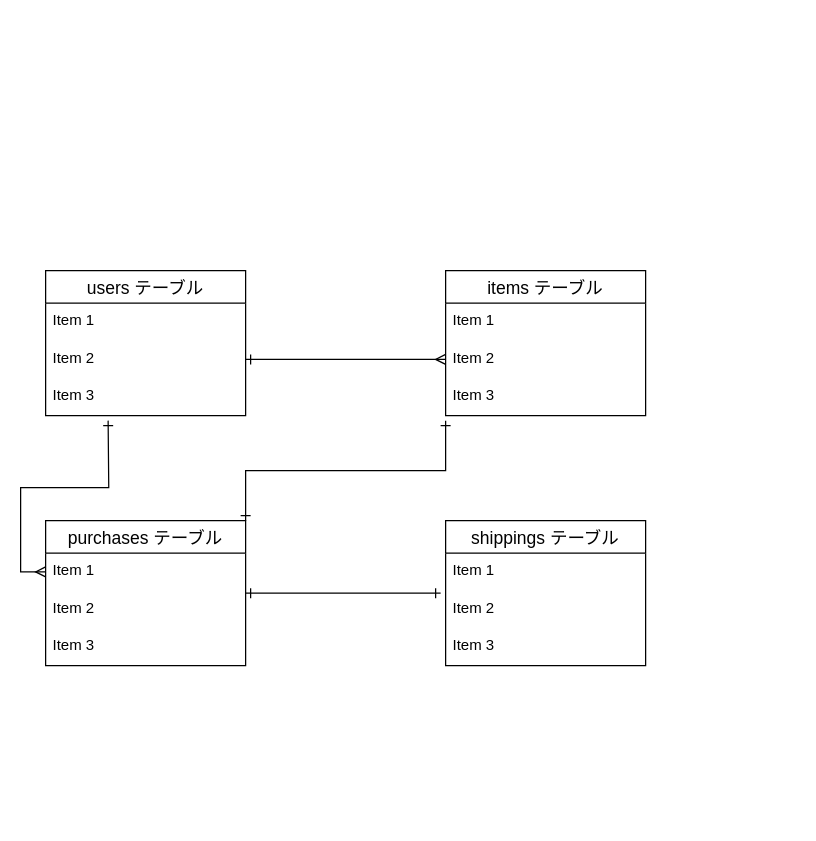
AKiss0726/furima-34006 keeps this draw.io diagram as furima-34006.dio. Above is the earlier version. Source tidied: cells renumbered, new cells numbered last; positions are measured from the earlier drawing's top-left corner, leaving out a move shared by most shapes. Both pictures are drawn from the tidied source at 125%, with x=0, y=0 at pixel (45, 270).
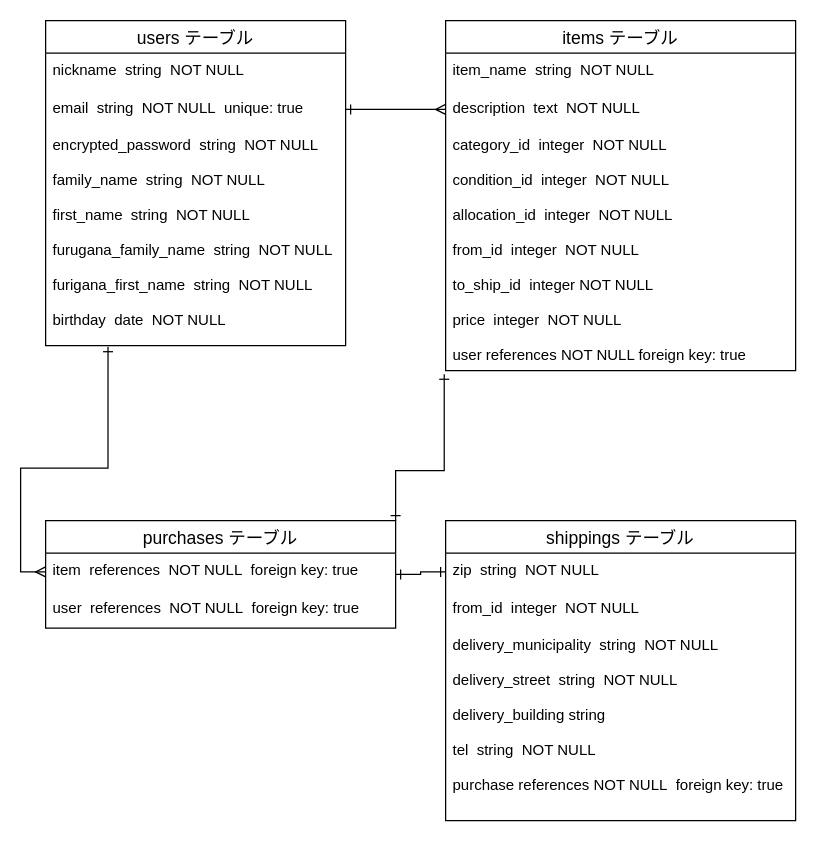
The same diagram, later.

Change to the diagram source:
```diff
@@
     <mxCell id="2" value="users テーブル" style="swimlane;fontStyle=0;horizontal=1;startSize=26;align=center;fontSize=14;" parent="1" vertex="1">
-      <mxGeometry width="160" height="116" as="geometry" />
+      <mxGeometry y="-200" width="240" height="260" as="geometry" />
     </mxCell>
-    <mxCell id="3" value="Item 1" style="text;strokeColor=none;fillColor=none;spacingLeft=4;spacingRight=4;overflow=hidden;fontSize=12;" parent="2" vertex="1">
-      <mxGeometry y="26" width="160" height="30" as="geometry" />
+    <mxCell id="3" value="nickname  string  NOT NULL" style="text;strokeColor=none;fillColor=none;spacingLeft=4;spacingRight=4;overflow=hidden;fontSize=12;" parent="2" vertex="1">
+      <mxGeometry y="26" width="240" height="30" as="geometry" />
     </mxCell>
-    <mxCell id="4" value="Item 2" style="text;strokeColor=none;fillColor=none;spacingLeft=4;spacingRight=4;overflow=hidden;points=[[0,0.5],[1,0.5]];portConstraint=eastwest;fontSize=12;" parent="2" vertex="1">
-      <mxGeometry y="56" width="160" height="30" as="geometry" />
+    <mxCell id="4" value="email  string  NOT NULL  unique: true" style="text;strokeColor=none;fillColor=none;spacingLeft=4;spacingRight=4;overflow=hidden;points=[[0,0.5],[1,0.5]];portConstraint=eastwest;fontSize=12;" parent="2" vertex="1">
+      <mxGeometry y="56" width="240" height="30" as="geometry" />
     </mxCell>
-    <mxCell id="5" value="Item 3" style="text;strokeColor=none;fillColor=none;spacingLeft=4;spacingRight=4;overflow=hidden;points=[[0,0.5],[1,0.5]];portConstraint=eastwest;fontSize=12;" parent="2" vertex="1">
-      <mxGeometry y="86" width="160" height="30" as="geometry" />
+    <mxCell id="5" value="encrypted_password  string  NOT NULL&#10;&#10;family_name  string  NOT NULL&#10;&#10;first_name  string  NOT NULL&#10;&#10;furugana_family_name  string  NOT NULL&#10;&#10;furigana_first_name  string  NOT NULL&#10;&#10;birthday  date  NOT NULL" style="text;strokeColor=none;fillColor=none;spacingLeft=4;spacingRight=4;overflow=hidden;points=[[0,0.5],[1,0.5]];portConstraint=eastwest;fontSize=12;" parent="2" vertex="1">
+      <mxGeometry y="86" width="240" height="174" as="geometry" />
     </mxCell>
     <mxCell id="6" value="items テーブル" style="swimlane;fontStyle=0;horizontal=1;startSize=26;align=center;fontSize=14;" parent="1" vertex="1">
-      <mxGeometry x="320" width="160" height="116" as="geometry" />
+      <mxGeometry x="320" y="-200" width="280" height="280" as="geometry" />
     </mxCell>
-    <mxCell id="7" value="Item 1" style="text;strokeColor=none;fillColor=none;spacingLeft=4;spacingRight=4;overflow=hidden;fontSize=12;" parent="6" vertex="1">
-      <mxGeometry y="26" width="160" height="30" as="geometry" />
+    <mxCell id="7" value="item_name  string  NOT NULL&#10;&#10;" style="text;strokeColor=none;fillColor=none;spacingLeft=4;spacingRight=4;overflow=hidden;fontSize=12;" parent="6" vertex="1">
+      <mxGeometry y="26" width="280" height="30" as="geometry" />
     </mxCell>
-    <mxCell id="8" value="Item 2" style="text;strokeColor=none;fillColor=none;spacingLeft=4;spacingRight=4;overflow=hidden;points=[[0,0.5],[1,0.5]];portConstraint=eastwest;fontSize=12;" parent="6" vertex="1">
-      <mxGeometry y="56" width="160" height="30" as="geometry" />
+    <mxCell id="8" value="description  text  NOT NULL" style="text;strokeColor=none;fillColor=none;spacingLeft=4;spacingRight=4;overflow=hidden;points=[[0,0.5],[1,0.5]];portConstraint=eastwest;fontSize=12;" parent="6" vertex="1">
+      <mxGeometry y="56" width="280" height="30" as="geometry" />
     </mxCell>
-    <mxCell id="9" value="Item 3" style="text;strokeColor=none;fillColor=none;spacingLeft=4;spacingRight=4;overflow=hidden;points=[[0,0.5],[1,0.5]];portConstraint=eastwest;fontSize=12;" parent="6" vertex="1">
-      <mxGeometry y="86" width="160" height="30" as="geometry" />
+    <mxCell id="9" value="category_id  integer  NOT NULL&#10;&#10;condition_id  integer  NOT NULL&#10;&#10;allocation_id  integer  NOT NULL&#10;&#10;from_id  integer  NOT NULL&#10;&#10;to_ship_id  integer NOT NULL&#10;&#10;price  integer  NOT NULL&#10;&#10;user references NOT NULL foreign key: true&#10;" style="text;strokeColor=none;fillColor=none;spacingLeft=4;spacingRight=4;overflow=hidden;points=[[0,0.5],[1,0.5]];portConstraint=eastwest;fontSize=12;" parent="6" vertex="1">
+      <mxGeometry y="86" width="280" height="194" as="geometry" />
     </mxCell>
-    <mxCell id="10" style="edgeStyle=orthogonalEdgeStyle;rounded=0;jettySize=auto;html=1;exitX=1;exitY=0.5;exitDx=0;exitDy=0;entryX=-0.025;entryY=0.067;entryDx=0;entryDy=0;entryPerimeter=0;startArrow=ERone;startFill=0;endArrow=ERone;endFill=0;" parent="1" edge="1" source="12" target="18">
+    <mxCell id="10" style="edgeStyle=orthogonalEdgeStyle;rounded=0;jettySize=auto;html=1;exitX=1;exitY=0.5;exitDx=0;exitDy=0;startArrow=ERone;startFill=0;endArrow=ERone;endFill=0;entryX=0;entryY=0.5;entryDx=0;entryDy=0;" parent="1" edge="1" source="12" target="17">
       <mxGeometry relative="1" as="geometry" />
     </mxCell>
-    <mxCell id="11" style="edgeStyle=orthogonalEdgeStyle;rounded=0;jettySize=auto;html=1;exitX=1;exitY=0;exitDx=0;exitDy=0;startArrow=ERone;startFill=0;endArrow=ERone;endFill=0;" parent="1" edge="1" source="12">
+    <mxCell id="11" style="edgeStyle=orthogonalEdgeStyle;rounded=0;jettySize=auto;html=1;exitX=1;exitY=0;exitDx=0;exitDy=0;startArrow=ERone;startFill=0;endArrow=ERone;endFill=0;entryX=-0.004;entryY=1.015;entryDx=0;entryDy=0;entryPerimeter=0;" parent="1" edge="1" source="12" target="9">
       <mxGeometry relative="1" as="geometry">
-        <mxPoint x="320" y="120" as="targetPoint" />
         <Array as="points">
-          <mxPoint x="160" y="160" />
-          <mxPoint x="320" y="160" />
+          <mxPoint x="280" y="160" />
+          <mxPoint x="319" y="160" />
         </Array>
       </mxGeometry>
     </mxCell>
     <mxCell id="12" value="purchases テーブル" style="swimlane;fontStyle=0;horizontal=1;startSize=26;align=center;fontSize=14;" parent="1" vertex="1">
-      <mxGeometry y="200" width="160" height="116" as="geometry" />
+      <mxGeometry y="200" width="280" height="86" as="geometry" />
     </mxCell>
-    <mxCell id="13" value="Item 1" style="text;strokeColor=none;fillColor=none;spacingLeft=4;spacingRight=4;overflow=hidden;points=[[0,0.5],[1,0.5]];portConstraint=eastwest;fontSize=12;" parent="12" vertex="1">
-      <mxGeometry y="26" width="160" height="30" as="geometry" />
+    <mxCell id="13" value="item  references  NOT NULL  foreign key: true" style="text;strokeColor=none;fillColor=none;spacingLeft=4;spacingRight=4;overflow=hidden;points=[[0,0.5],[1,0.5]];portConstraint=eastwest;fontSize=12;" parent="12" vertex="1">
+      <mxGeometry y="26" width="280" height="30" as="geometry" />
     </mxCell>
-    <mxCell id="14" value="Item 2" style="text;strokeColor=none;fillColor=none;spacingLeft=4;spacingRight=4;overflow=hidden;fontSize=12;" parent="12" vertex="1">
-      <mxGeometry y="56" width="160" height="30" as="geometry" />
+    <mxCell id="14" value="user  references  NOT NULL  foreign key: true" style="text;strokeColor=none;fillColor=none;spacingLeft=4;spacingRight=4;overflow=hidden;fontSize=12;" parent="12" vertex="1">
+      <mxGeometry y="56" width="280" height="30" as="geometry" />
     </mxCell>
-    <mxCell id="15" value="Item 3" style="text;strokeColor=none;fillColor=none;spacingLeft=4;spacingRight=4;overflow=hidden;fontSize=12;" parent="12" vertex="1">
-      <mxGeometry y="86" width="160" height="30" as="geometry" />
-    </mxCell>
     <mxCell id="16" value="shippings テーブル" style="swimlane;fontStyle=0;horizontal=1;startSize=26;align=center;fontSize=14;" parent="1" vertex="1">
-      <mxGeometry x="320" y="200" width="160" height="116" as="geometry" />
+      <mxGeometry x="320" y="200" width="280" height="240" as="geometry" />
     </mxCell>
-    <mxCell id="17" value="Item 1" style="text;strokeColor=none;fillColor=none;spacingLeft=4;spacingRight=4;overflow=hidden;points=[[0,0.5],[1,0.5]];portConstraint=eastwest;fontSize=12;" parent="16" vertex="1">
-      <mxGeometry y="26" width="160" height="30" as="geometry" />
+    <mxCell id="17" value="zip  string  NOT NULL" style="text;strokeColor=none;fillColor=none;spacingLeft=4;spacingRight=4;overflow=hidden;points=[[0,0.5],[1,0.5]];portConstraint=eastwest;fontSize=12;" parent="16" vertex="1">
+      <mxGeometry y="26" width="280" height="30" as="geometry" />
     </mxCell>
-    <mxCell id="18" value="Item 2" style="text;strokeColor=none;fillColor=none;spacingLeft=4;spacingRight=4;overflow=hidden;points=[[0,0.5],[1,0.5]];portConstraint=eastwest;fontSize=12;" parent="16" vertex="1">
-      <mxGeometry y="56" width="160" height="30" as="geometry" />
+    <mxCell id="18" value="from_id  integer  NOT NULL" style="text;strokeColor=none;fillColor=none;spacingLeft=4;spacingRight=4;overflow=hidden;points=[[0,0.5],[1,0.5]];portConstraint=eastwest;fontSize=12;" parent="16" vertex="1">
+      <mxGeometry y="56" width="280" height="30" as="geometry" />
     </mxCell>
-    <mxCell id="19" value="Item 3" style="text;strokeColor=none;fillColor=none;spacingLeft=4;spacingRight=4;overflow=hidden;fontSize=12;" parent="16" vertex="1">
-      <mxGeometry y="86" width="160" height="30" as="geometry" />
+    <mxCell id="19" value="delivery_municipality  string  NOT NULL&#10;&#10;delivery_street  string  NOT NULL&#10;&#10;delivery_building string&#10;&#10;tel  string  NOT NULL&#10;&#10;purchase references NOT NULL  foreign key: true" style="text;strokeColor=none;fillColor=none;spacingLeft=4;spacingRight=4;overflow=hidden;fontSize=12;" parent="16" vertex="1">
+      <mxGeometry y="86" width="280" height="154" as="geometry" />
     </mxCell>
@@
-    <mxCell id="21" style="edgeStyle=orthogonalEdgeStyle;rounded=0;jettySize=auto;html=1;exitX=0;exitY=0.5;exitDx=0;exitDy=0;startArrow=ERmany;startFill=0;endArrow=ERone;endFill=0;" parent="1" edge="1" source="13">
+    <mxCell id="21" style="edgeStyle=orthogonalEdgeStyle;rounded=0;jettySize=auto;html=1;exitX=0;exitY=0.5;exitDx=0;exitDy=0;startArrow=ERmany;startFill=0;endArrow=ERone;endFill=0;entryX=0.208;entryY=1.005;entryDx=0;entryDy=0;entryPerimeter=0;" parent="1" edge="1" source="13" target="5">
       <mxGeometry relative="1" as="geometry">
-        <mxPoint x="50" y="120" as="targetPoint" />
+        <Array as="points">
+          <mxPoint x="-20" y="241" />
+          <mxPoint x="-20" y="158" />
+          <mxPoint x="50" y="158" />
+        </Array>
       </mxGeometry>
     </mxCell>
```
